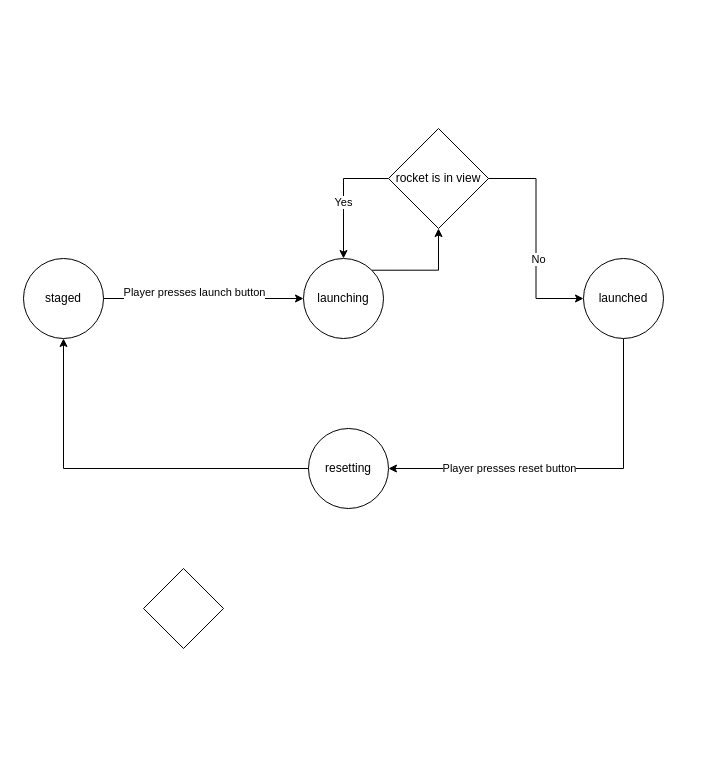
CraigKnoblauch/portfolio keeps this draw.io diagram as notes/launch-scene-state-diagram.drawio. Above is the earlier version. Source tidied: cells renumbered, new cells numbered last; positions are measured from the earlier drawing's top-left corner, leaving out a move shared by most shapes. Both pictures are drawn from the tidied source at 100%, with x=0, y=0 at pixel (23, 128).
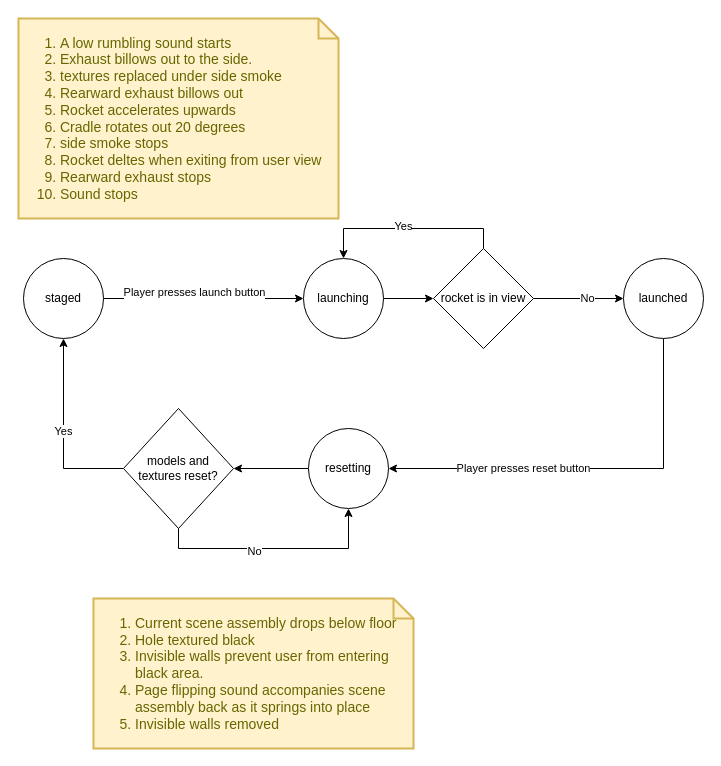
Above is the later version.

Commit message (it also covers changes not shown here):
more work on launch state machine

The change refers to these unchanged cells:
```xml
<mxCell id="4" value="staged" style="ellipse;whiteSpace=wrap;html=1;" parent="1" vertex="1">
  <mxGeometry y="130" width="80" height="80" as="geometry" />
</mxCell>
<mxCell id="6" value="launching" style="ellipse;whiteSpace=wrap;html=1;" parent="1" vertex="1">
  <mxGeometry x="280" y="130" width="80" height="80" as="geometry" />
</mxCell>
<mxCell id="11" value="resetting" style="ellipse;whiteSpace=wrap;html=1;" parent="1" vertex="1">
  <mxGeometry x="285" y="300" width="80" height="80" as="geometry" />
</mxCell>
```

What changed in the source:
```diff
@@
-    <mxCell id="5" style="edgeStyle=orthogonalEdgeStyle;rounded=0;jettySize=auto;html=1;exitX=1;exitY=0;exitDx=0;exitDy=0;entryX=0.5;entryY=1;entryDx=0;entryDy=0;" parent="1" edge="1" source="6" target="16">
+    <mxCell id="5" style="edgeStyle=orthogonalEdgeStyle;rounded=0;jettySize=auto;html=1;exitX=1;exitY=0.5;exitDx=0;exitDy=0;" parent="1" edge="1" source="6" target="16">
       <mxGeometry relative="1" as="geometry" />
     </mxCell>
@@
     <mxCell id="9" value="launched" style="ellipse;whiteSpace=wrap;html=1;" parent="1" vertex="1">
-      <mxGeometry x="560" y="130" width="80" height="80" as="geometry" />
+      <mxGeometry x="600" y="130" width="80" height="80" as="geometry" />
     </mxCell>
-    <mxCell id="10" style="edgeStyle=orthogonalEdgeStyle;rounded=0;jettySize=auto;html=1;exitX=0;exitY=0.5;exitDx=0;exitDy=0;entryX=0.5;entryY=1;entryDx=0;entryDy=0;" parent="1" edge="1" source="11" target="4">
-      <mxGeometry relative="1" as="geometry" />
-    </mxCell>
+    <mxCell id="18" style="edgeStyle=orthogonalEdgeStyle;rounded=0;jettySize=auto;html=1;exitX=0;exitY=0.5;exitDx=0;exitDy=0;entryX=1;entryY=0.5;entryDx=0;entryDy=0;" parent="1" edge="1" source="11" target="17">
+      <mxGeometry relative="1" as="geometry" />
+    </mxCell>
@@
-    <mxCell id="12" style="edgeStyle=orthogonalEdgeStyle;rounded=0;jettySize=auto;html=1;exitX=0;exitY=0.5;exitDx=0;exitDy=0;entryX=0.5;entryY=0;entryDx=0;entryDy=0;" parent="1" edge="1" source="16" target="6">
-      <mxGeometry relative="1" as="geometry" />
-    </mxCell>
-    <mxCell id="13" value="Yes" style="edgeLabel;html=1;align=center;verticalAlign=middle;" parent="12" vertex="1">
-      <mxGeometry x="0.09" y="-1" relative="1" as="geometry" />
-    </mxCell>
@@
+    <mxCell id="12" style="edgeStyle=orthogonalEdgeStyle;rounded=0;jettySize=auto;html=1;exitX=0.5;exitY=0;exitDx=0;exitDy=0;entryX=0.5;entryY=0;entryDx=0;entryDy=0;" parent="1" edge="1" source="16" target="6">
+      <mxGeometry relative="1" as="geometry" />
+    </mxCell>
+    <mxCell id="19" value="Yes" style="edgeLabel;html=1;align=center;verticalAlign=middle;" parent="12" vertex="1">
+      <mxGeometry x="0.06" y="-3" relative="1" as="geometry" />
+    </mxCell>
     <mxCell id="16" value="rocket is in view" style="rhombus;whiteSpace=wrap;html=1;" parent="1" vertex="1">
-      <mxGeometry x="365" width="100" height="100" as="geometry" />
+      <mxGeometry x="410" y="120" width="100" height="100" as="geometry" />
     </mxCell>
+    <mxCell id="20" style="edgeStyle=orthogonalEdgeStyle;rounded=0;jettySize=auto;html=1;exitX=0.5;exitY=1;exitDx=0;exitDy=0;entryX=0.5;entryY=1;entryDx=0;entryDy=0;" parent="1" edge="1" source="17" target="11">
+      <mxGeometry relative="1" as="geometry" />
+    </mxCell>
+    <mxCell id="21" value="No" style="edgeLabel;html=1;align=center;verticalAlign=middle;" parent="20" vertex="1">
+      <mxGeometry x="-0.17" y="-2" relative="1" as="geometry" />
+    </mxCell>
+    <mxCell id="22" style="edgeStyle=orthogonalEdgeStyle;rounded=0;jettySize=auto;html=1;exitX=0;exitY=0.5;exitDx=0;exitDy=0;entryX=0.5;entryY=1;entryDx=0;entryDy=0;" parent="1" edge="1" source="17" target="4">
+      <mxGeometry relative="1" as="geometry" />
+    </mxCell>
+    <mxCell id="23" value="Yes" style="edgeLabel;html=1;align=center;verticalAlign=middle;" parent="22" vertex="1">
+      <mxGeometry x="0.03" y="1" relative="1" as="geometry" />
+    </mxCell>
-    <mxCell id="17" style="rhombus;whiteSpace=wrap;html=1;" parent="1" vertex="1">
-      <mxGeometry x="120" y="440" width="80" height="80" as="geometry" />
+    <mxCell id="17" value="models and textures reset?" style="rhombus;whiteSpace=wrap;html=1;" parent="1" vertex="1">
+      <mxGeometry x="100" y="280" width="110" height="120" as="geometry" />
     </mxCell>
+    <mxCell id="24" value="&lt;ol&gt;&lt;li&gt;A low rumbling sound starts&lt;/li&gt;&lt;li&gt;Exhaust billows out to the side.&lt;/li&gt;&lt;li&gt;textures replaced under side smoke&lt;/li&gt;&lt;li&gt;Rearward exhaust billows out&lt;/li&gt;&lt;li&gt;Rocket accelerates upwards&lt;/li&gt;&lt;li&gt;Cradle rotates out 20 degrees&lt;/li&gt;&lt;li&gt;side smoke stops&lt;/li&gt;&lt;li&gt;Rocket deltes when exiting from user view&lt;/li&gt;&lt;li&gt;Rearward exhaust stops&lt;/li&gt;&lt;li&gt;Sound stops&lt;/li&gt;&lt;/ol&gt;" style="shape=note;strokeWidth=2;fontSize=14;size=20;whiteSpace=wrap;html=1;fillColor=#fff2cc;strokeColor=#d6b656;fontColor=#666600;align=left;" parent="1" vertex="1">
+      <mxGeometry x="-5" y="-110" width="320" height="200" as="geometry" />
+    </mxCell>
+    <mxCell id="25" value="&lt;ol&gt;&lt;li&gt;Current scene assembly drops below floor&lt;/li&gt;&lt;li&gt;Hole textured black&lt;/li&gt;&lt;li&gt;Invisible walls prevent user from entering black area.&lt;/li&gt;&lt;li&gt;Page flipping sound accompanies scene assembly back as it springs into place&lt;/li&gt;&lt;li&gt;Invisible walls removed&lt;/li&gt;&lt;/ol&gt;" style="shape=note;strokeWidth=2;fontSize=14;size=20;whiteSpace=wrap;html=1;fillColor=#fff2cc;strokeColor=#d6b656;fontColor=#666600;align=left;" parent="1" vertex="1">
+      <mxGeometry x="70" y="470" width="320" height="150" as="geometry" />
+    </mxCell>
```
